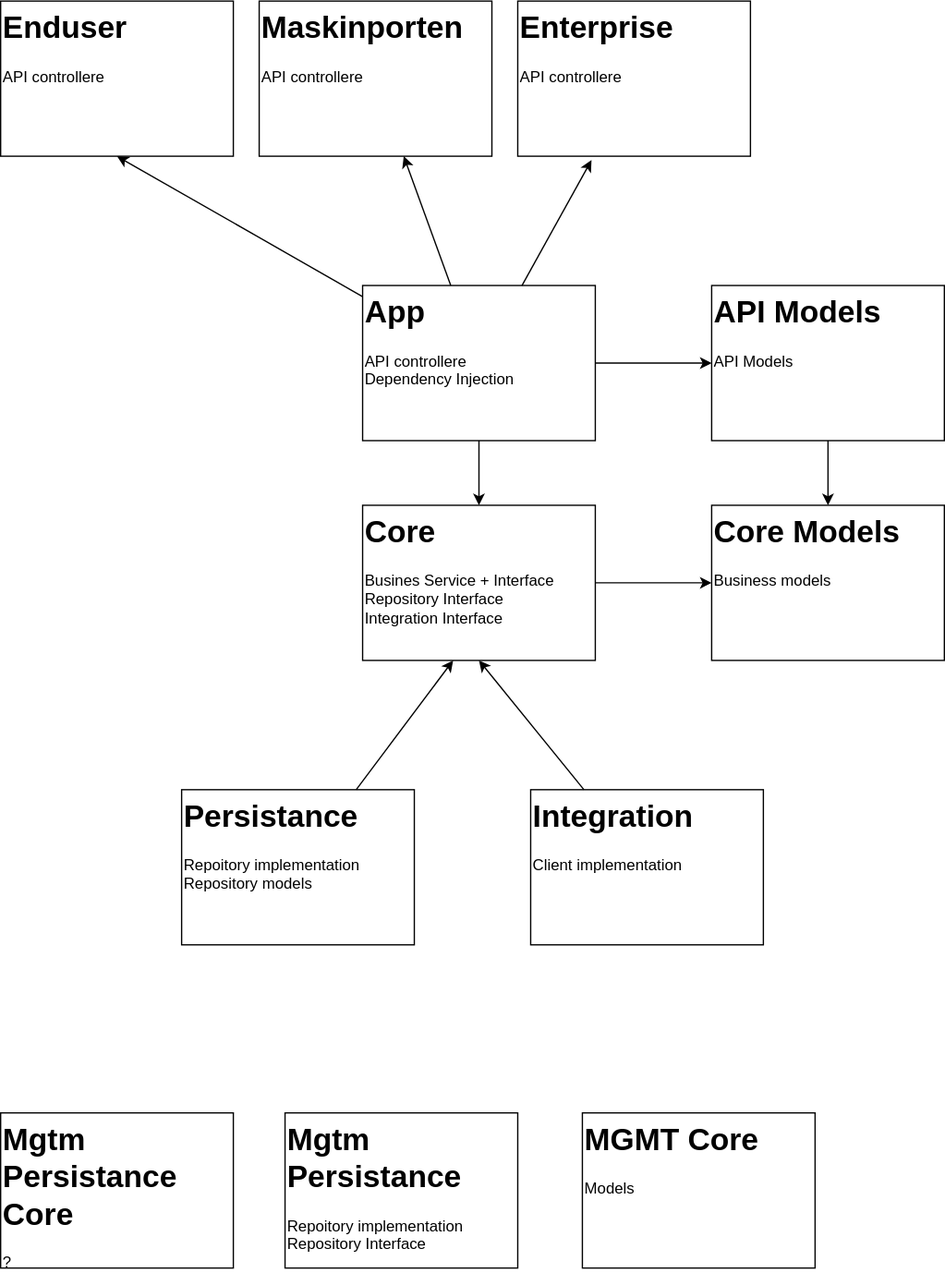
Altinn/altinn-studio-docs keeps this draw.io diagram as content/authentication/reference/architecture/projectstructure.drawio.svg. Above is the earlier version. Source tidied: cells renumbered, new cells last; positions are measured from the earlier drawing's top-left corner, leaving out a move shared by most shapes.
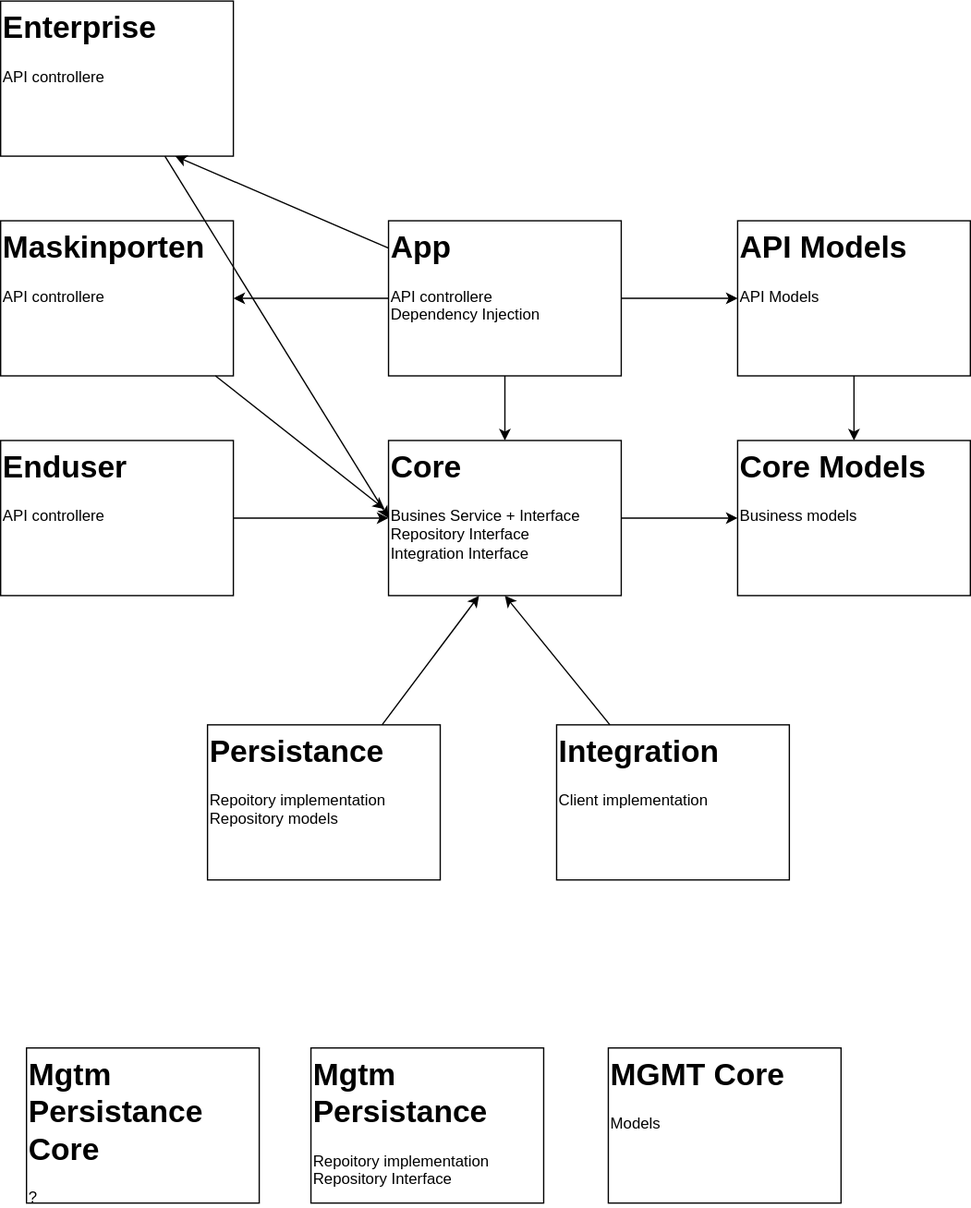
The same file after the commit.

The edit, as a diff of the source:
```diff
@@ -29,9 +29,6 @@
     <mxCell id="10" style="edgeStyle=none;html=1;" parent="1" edge="1" source="12" target="20">
       <mxGeometry relative="1" as="geometry" />
     </mxCell>
-    <mxCell id="11" style="edgeStyle=none;html=1;entryX=0.5;entryY=1;entryDx=0;entryDy=0;" parent="1" edge="1" source="12" target="19">
-      <mxGeometry relative="1" as="geometry" />
-    </mxCell>
     <mxCell id="12" value="&lt;h1 style=&quot;margin-top: 0px;&quot;&gt;App&lt;/h1&gt;&lt;p&gt;API controllere&lt;br&gt;Dependency Injection&lt;/p&gt;" style="text;html=1;whiteSpace=wrap;overflow=hidden;rounded=0;strokeColor=default;" parent="1" vertex="1">
       <mxGeometry x="280" y="220" width="180" height="120" as="geometry" />
     </mxCell>
@@ -53,17 +50,26 @@
     <mxCell id="18" value="&lt;h1 style=&quot;margin-top: 0px;&quot;&gt;Mgtm Persistance Core&lt;/h1&gt;&lt;p&gt;?&lt;/p&gt;" style="text;html=1;whiteSpace=wrap;overflow=hidden;rounded=0;strokeColor=default;" parent="1" vertex="1">
       <mxGeometry y="860" width="180" height="120" as="geometry" />
     </mxCell>
+    <mxCell id="23" style="edgeStyle=none;html=1;entryX=0;entryY=0.5;entryDx=0;entryDy=0;" parent="1" edge="1" source="19" target="3">
+      <mxGeometry relative="1" as="geometry" />
+    </mxCell>
     <mxCell id="19" value="&lt;h1 style=&quot;margin-top: 0px;&quot;&gt;Enduser&lt;/h1&gt;&lt;p&gt;API controllere&lt;br&gt;&lt;br&gt;&lt;/p&gt;" style="text;html=1;whiteSpace=wrap;overflow=hidden;rounded=0;strokeColor=default;" parent="1" vertex="1">
-      <mxGeometry width="180" height="120" as="geometry" />
+      <mxGeometry x="-20" y="390" width="180" height="120" as="geometry" />
     </mxCell>
     <mxCell id="20" value="&lt;h1 style=&quot;margin-top: 0px;&quot;&gt;Maskinporten&lt;/h1&gt;&lt;p&gt;API controllere&lt;br&gt;&lt;/p&gt;" style="text;html=1;whiteSpace=wrap;overflow=hidden;rounded=0;strokeColor=default;" parent="1" vertex="1">
-      <mxGeometry x="200" width="180" height="120" as="geometry" />
+      <mxGeometry x="-20" y="220" width="180" height="120" as="geometry" />
     </mxCell>
+    <mxCell id="24" style="edgeStyle=none;html=1;entryX=0;entryY=0.5;entryDx=0;entryDy=0;" parent="1" edge="1" source="21" target="3">
+      <mxGeometry relative="1" as="geometry" />
+    </mxCell>
     <mxCell id="21" value="&lt;h1 style=&quot;margin-top: 0px;&quot;&gt;Enterprise&lt;/h1&gt;&lt;p&gt;API controllere&lt;br&gt;&lt;br&gt;&lt;/p&gt;" style="text;html=1;whiteSpace=wrap;overflow=hidden;rounded=0;strokeColor=default;" parent="1" vertex="1">
-      <mxGeometry x="400" width="180" height="120" as="geometry" />
+      <mxGeometry x="-20" y="50" width="180" height="120" as="geometry" />
     </mxCell>
-    <mxCell id="22" style="edgeStyle=none;html=1;entryX=0.317;entryY=1.025;entryDx=0;entryDy=0;entryPerimeter=0;" parent="1" edge="1" source="12" target="21">
+    <mxCell id="22" style="edgeStyle=none;html=1;entryX=0.75;entryY=1;entryDx=0;entryDy=0;" parent="1" edge="1" source="12" target="21">
       <mxGeometry relative="1" as="geometry" />
     </mxCell>
+    <mxCell id="25" style="edgeStyle=none;html=1;entryX=-0.017;entryY=0.442;entryDx=0;entryDy=0;entryPerimeter=0;" parent="1" edge="1" source="20" target="3">
+      <mxGeometry relative="1" as="geometry" />
+    </mxCell>
   </root>
 </mxGraphModel>
```
